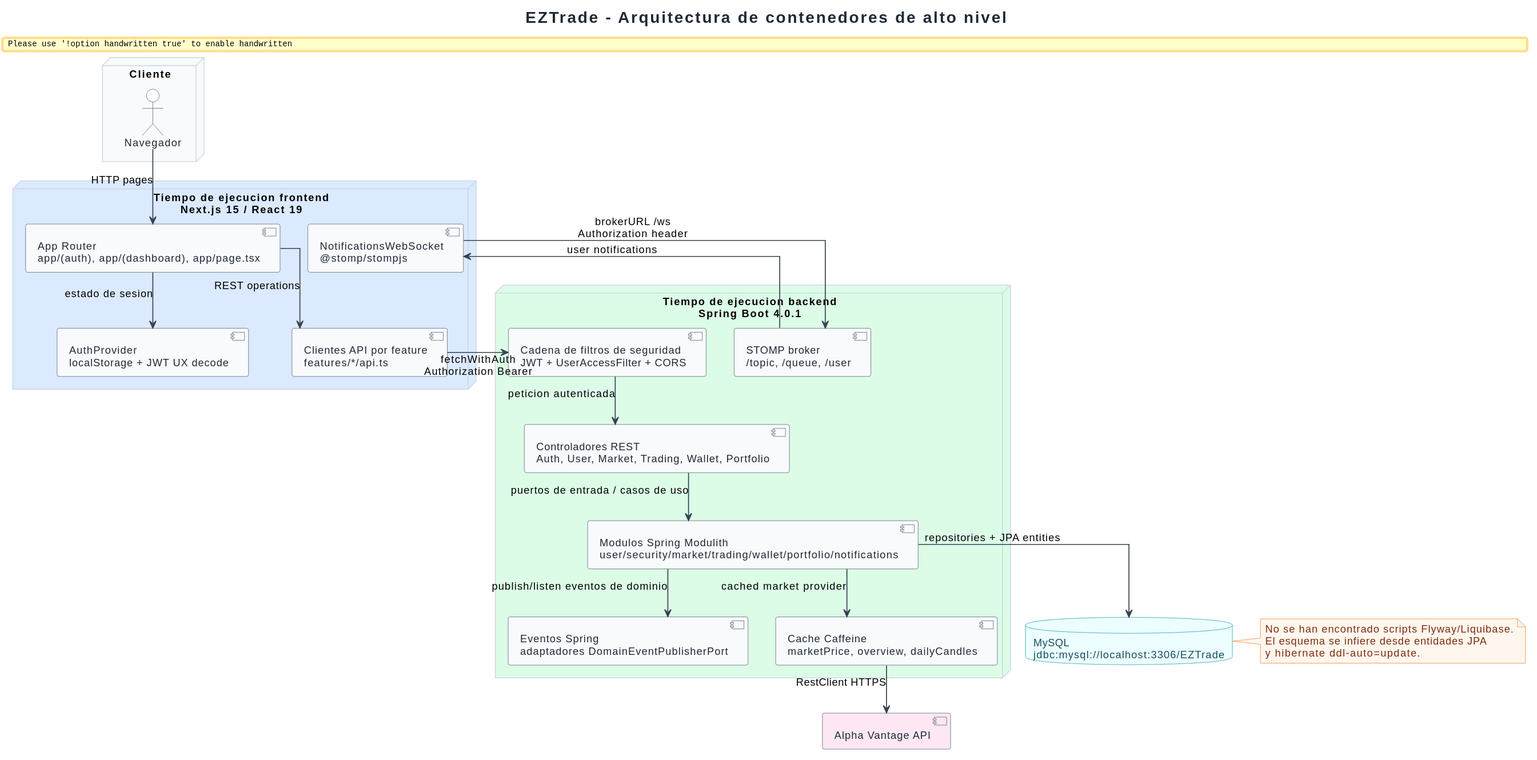
SergioGarciaRuiz557/EZTrade keeps this PlantUML diagram as EZTrade/docs/engineering-diagrams/01-architecture/rendered/high-level-container-architecture.svg. Above is the earlier version. Source of this version:
```plantuml
@startuml
!include ../../common/eztrade-style.puml

title EZTrade - Arquitectura de contenedores de alto nivel

node "Cliente" as Client {
  actor "Navegador" as Browser
}

node "Tiempo de ejecucion frontend\nNext.js 15 / React 19" as NextRuntime EZ_FRONTEND {
  component "App Router\napp/(auth), app/(dashboard), app/page.tsx" as AppRouter
  component "AuthProvider\nlocalStorage + JWT UX decode" as AuthProvider
  component "Clientes API por feature\nfeatures/*/api.ts" as FeatureClients
  component "NotificationsWebSocket\n@stomp/stompjs" as WsClient
}

node "Tiempo de ejecucion backend\nSpring Boot 4.0.1" as SpringRuntime EZ_BACKEND {
  component "Cadena de filtros de seguridad\nJWT + UserAccessFilter + CORS" as Security
  component "Controladores REST\nAuth, User, Market, Trading, Wallet, Portfolio" as Controllers
  component "Modulos Spring Modulith\nuser/security/market/trading/wallet/portfolio/notifications" as Modules
  component "Eventos Spring\nadaptadores DomainEventPublisherPort" as Events
  component "Cache Caffeine\nmarketPrice, overview, dailyCandles" as Cache
  component "STOMP broker\n/topic, /queue, /user" as Broker
}

database "MySQL\njdbc:mysql://localhost:3306/EZTrade" as Db EZ_DB
component "Alpha Vantage API" as Alpha EZ_EXTERNAL

Browser --> AppRouter : HTTP pages
AppRouter --> AuthProvider : estado de sesion
AppRouter --> FeatureClients : REST operations
FeatureClients --> Security : fetchWithAuth\nAuthorization Bearer
WsClient --> Broker : brokerURL /ws\nAuthorization header
Security --> Controllers : peticion autenticada
Controllers --> Modules : puertos de entrada / casos de uso
Modules --> Events : publish/listen eventos de dominio
Modules --> Db : repositories + JPA entities
Modules --> Cache : cached market provider
Cache --> Alpha : RestClient HTTPS
Broker --> WsClient : user notifications

note right of Db
No se han encontrado scripts Flyway/Liquibase.
El esquema se infiere desde entidades JPA
y hibernate ddl-auto=update.
end note
@enduml
```
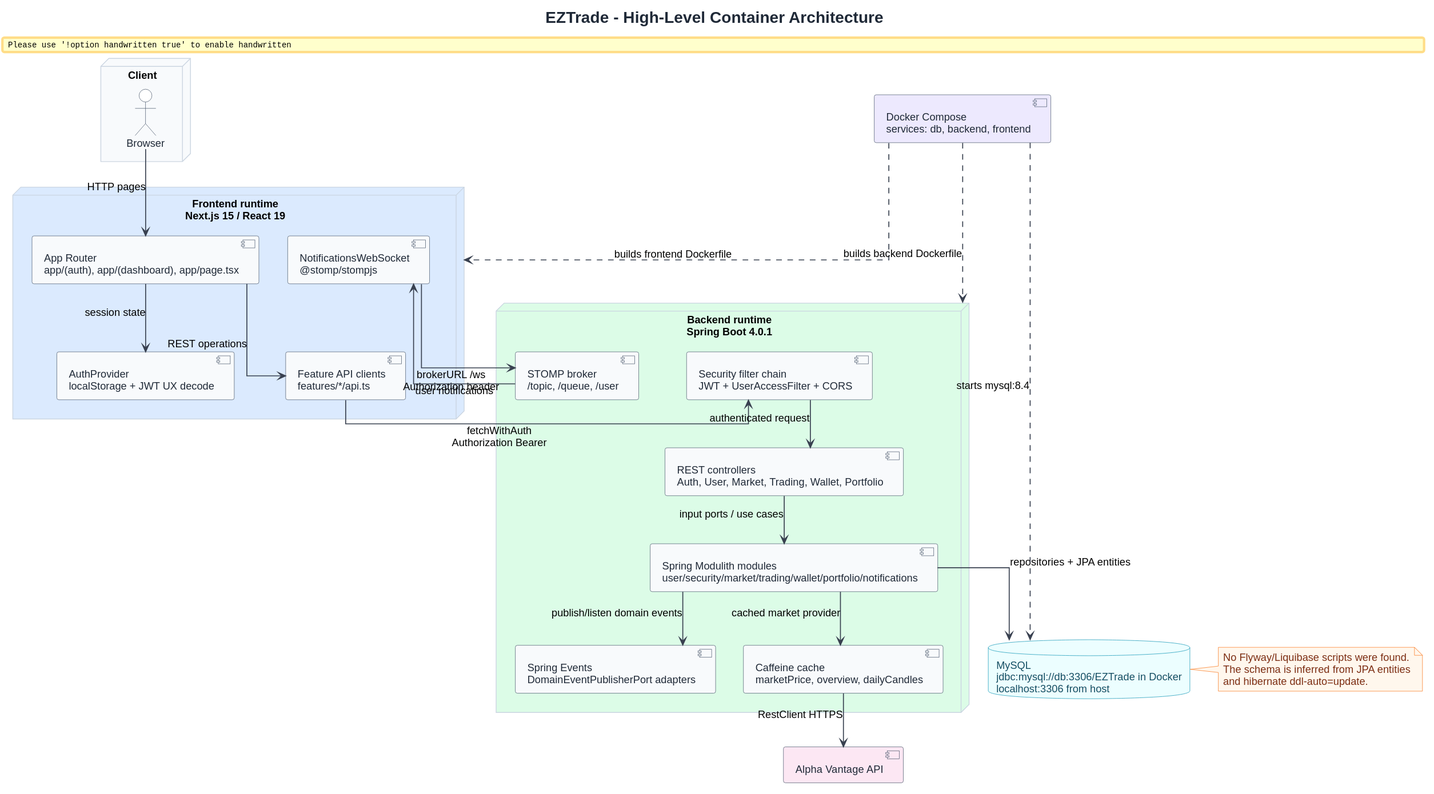
After the commit.

The edit, as a diff of the source:
```diff
@@ -1,47 +1,51 @@
 @startuml
 !include ../../common/eztrade-style.puml
 
-title EZTrade - Arquitectura de contenedores de alto nivel
+title EZTrade - High-Level Container Architecture
 
-node "Cliente" as Client {
-  actor "Navegador" as Browser
+node "Client" as Client {
+  actor "Browser" as Browser
 }
 
-node "Tiempo de ejecucion frontend\nNext.js 15 / React 19" as NextRuntime EZ_FRONTEND {
+node "Frontend runtime\nNext.js 15 / React 19" as NextRuntime EZ_FRONTEND {
   component "App Router\napp/(auth), app/(dashboard), app/page.tsx" as AppRouter
   component "AuthProvider\nlocalStorage + JWT UX decode" as AuthProvider
-  component "Clientes API por feature\nfeatures/*/api.ts" as FeatureClients
+  component "Feature API clients\nfeatures/*/api.ts" as FeatureClients
   component "NotificationsWebSocket\n@stomp/stompjs" as WsClient
 }
 
-node "Tiempo de ejecucion backend\nSpring Boot 4.0.1" as SpringRuntime EZ_BACKEND {
-  component "Cadena de filtros de seguridad\nJWT + UserAccessFilter + CORS" as Security
-  component "Controladores REST\nAuth, User, Market, Trading, Wallet, Portfolio" as Controllers
-  component "Modulos Spring Modulith\nuser/security/market/trading/wallet/portfolio/notifications" as Modules
-  component "Eventos Spring\nadaptadores DomainEventPublisherPort" as Events
-  component "Cache Caffeine\nmarketPrice, overview, dailyCandles" as Cache
+node "Backend runtime\nSpring Boot 4.0.1" as SpringRuntime EZ_BACKEND {
+  component "Security filter chain\nJWT + UserAccessFilter + CORS" as Security
+  component "REST controllers\nAuth, User, Market, Trading, Wallet, Portfolio" as Controllers
+  component "Spring Modulith modules\nuser/security/market/trading/wallet/portfolio/notifications" as Modules
+  component "Spring Events\nDomainEventPublisherPort adapters" as Events
+  component "Caffeine cache\nmarketPrice, overview, dailyCandles" as Cache
   component "STOMP broker\n/topic, /queue, /user" as Broker
 }
 
-database "MySQL\njdbc:mysql://localhost:3306/EZTrade" as Db EZ_DB
+database "MySQL\njdbc:mysql://db:3306/EZTrade in Docker\nlocalhost:3306 from host" as Db EZ_DB
 component "Alpha Vantage API" as Alpha EZ_EXTERNAL
+component "Docker Compose\nservices: db, backend, frontend" as Compose EZ_DEVOPS
 
 Browser --> AppRouter : HTTP pages
-AppRouter --> AuthProvider : estado de sesion
+AppRouter --> AuthProvider : session state
 AppRouter --> FeatureClients : REST operations
 FeatureClients --> Security : fetchWithAuth\nAuthorization Bearer
 WsClient --> Broker : brokerURL /ws\nAuthorization header
-Security --> Controllers : peticion autenticada
-Controllers --> Modules : puertos de entrada / casos de uso
-Modules --> Events : publish/listen eventos de dominio
+Security --> Controllers : authenticated request
+Controllers --> Modules : input ports / use cases
+Modules --> Events : publish/listen domain events
 Modules --> Db : repositories + JPA entities
 Modules --> Cache : cached market provider
 Cache --> Alpha : RestClient HTTPS
 Broker --> WsClient : user notifications
+Compose ..> NextRuntime : builds frontend Dockerfile
+Compose ..> SpringRuntime : builds backend Dockerfile
+Compose ..> Db : starts mysql:8.4
 
 note right of Db
-No se han encontrado scripts Flyway/Liquibase.
-El esquema se infiere desde entidades JPA
-y hibernate ddl-auto=update.
+No Flyway/Liquibase scripts were found.
+The schema is inferred from JPA entities
+and hibernate ddl-auto=update.
 end note
 @enduml
```
